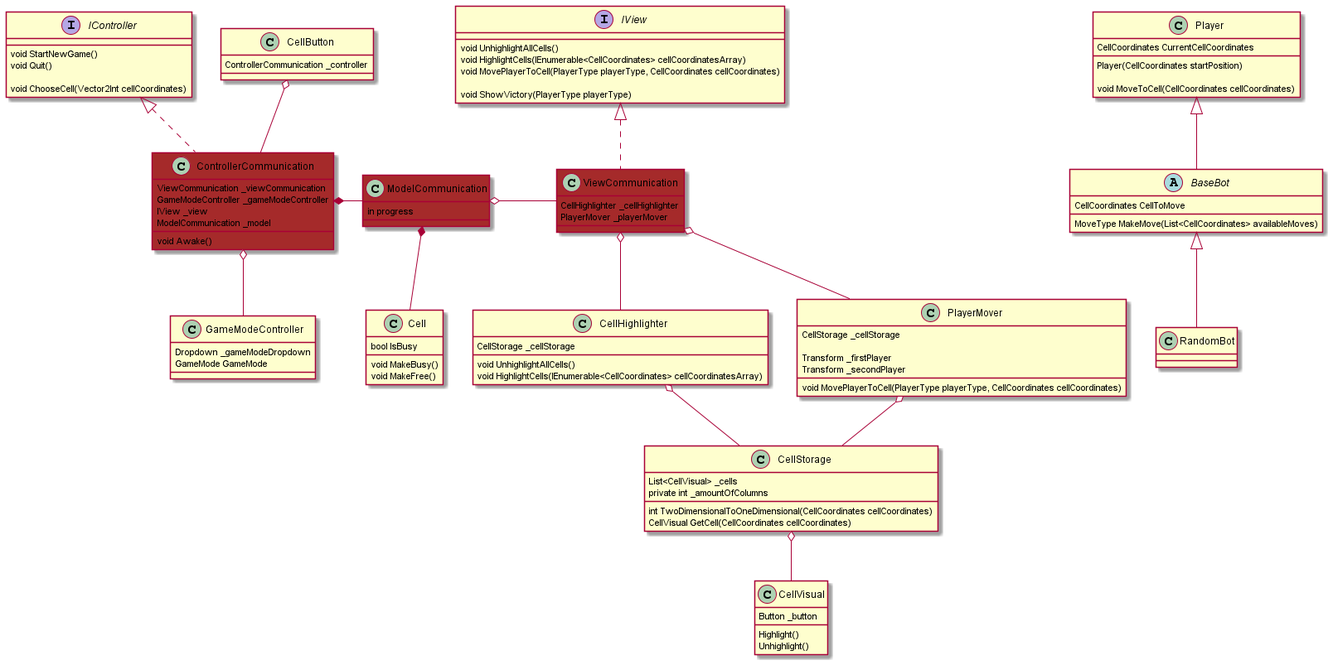
Above: Quoridor/Assets/Diagrams/diagram.png in snyk04/quoridor (PlantUML), before the change.
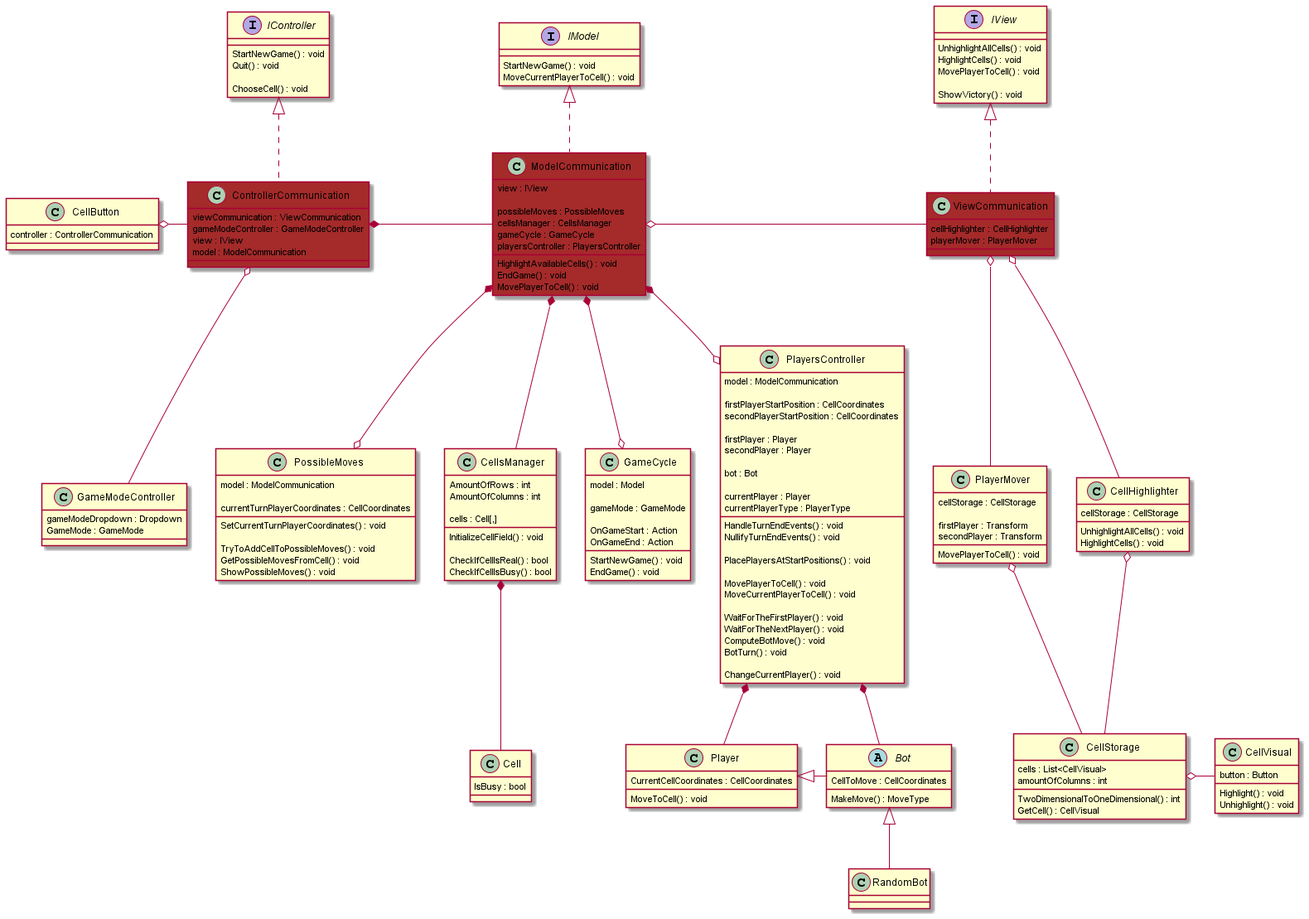
The same diagram one commit later.

Diff of the diagram source:
```diff
@@ -1,86 +1,178 @@
 @startuml
 
-class Player
+
+interface IController
+interface IView
+interface IModel
 {
-    CellCoordinates CurrentCellCoordinates
-    Player(CellCoordinates startPosition)
+    StartNewGame() : void
+    MoveCurrentPlayerToCell() : void
+}
 
-    void MoveToCell(CellCoordinates cellCoordinates)
-}
-abstract class BaseBot
-{
-    CellCoordinates CellToMove
-    MoveType MakeMove(List<CellCoordinates> availableMoves)
-}
-class RandomBot
-
-Player <|-- BaseBot
-BaseBot <|-- RandomBot
-
-
+class ControllerCommunication
+class ViewCommunication
 class ModelCommunication #brown
 {
-    in progress
+    view : IView
+
+    possibleMoves : PossibleMoves
+    cellsManager : CellsManager
+    gameCycle : GameCycle
+    playersController : PlayersController
+
+    HighlightAvailableCells() : void
+    EndGame() : void
+    MovePlayerToCell() : void
 }
 
 class Cell
 {
-    bool IsBusy
+    IsBusy : bool
+}
+class CellsManager
+{
+    AmountOfRows : int
+    AmountOfColumns : int
 
-    void MakeBusy()
-    void MakeFree()
+    cells : Cell[,]
+
+    InitializeCellField() : void
+
+    CheckIfCellIsReal() : bool
+    CheckIfCellIsBusy() : bool
 }
+class GameCycle
+{
+    model : Model
+
+    gameMode : GameMode
+
+    OnGameStart : Action
+    OnGameEnd : Action
+
+    StartNewGame() : void
+    EndGame() : void
+}
+class PlayersController
+{
+    model : ModelCommunication
+
+    firstPlayerStartPosition : CellCoordinates
+    secondPlayerStartPosition : CellCoordinates
+
+    firstPlayer : Player
+    secondPlayer : Player
+
+    bot : Bot
+
+    currentPlayer : Player
+    currentPlayerType : PlayerType
+
+    HandleTurnEndEvents() : void
+    NullifyTurnEndEvents() : void
+
+    PlacePlayersAtStartPositions() : void
+
+    MovePlayerToCell() : void
+    MoveCurrentPlayerToCell() : void
+
+    WaitForTheFirstPlayer() : void
+    WaitForTheNextPlayer() : void
+
+    ComputeBotMove() : void
+    BotTurn() : void
+
+    ChangeCurrentPlayer() : void
+}
+class PossibleMoves
+{
+    model : ModelCommunication
+
+    currentTurnPlayerCoordinates : CellCoordinates
+
+    SetCurrentTurnPlayerCoordinates() : void
+
+    TryToAddCellToPossibleMoves() : void
+    GetPossibleMovesFromCell() : void
+    ShowPossibleMoves() : void
+}
+
+class Player
+{
+    CurrentCellCoordinates : CellCoordinates
+
+    MoveToCell() : void
+}
+abstract class Bot
+{
+    CellToMove : CellCoordinates
+
+    MakeMove() : MoveType
+}
+class RandomBot
+
+IModel <|.. ModelCommunication
 
 ModelCommunication o- ViewCommunication
 
-ModelCommunication *-- Cell
+ModelCommunication *--o PossibleMoves
+ModelCommunication *-- CellsManager
+ModelCommunication *--o GameCycle
+ModelCommunication *--o PlayersController
+
+CellsManager *-- Cell
+
+PlayersController *-- Player
+PlayersController *-- Bot
+Player <|- Bot
+Bot <|-- RandomBot
 
 
 interface IView
 {
-    void UnhighlightAllCells()
-    void HighlightCells(IEnumerable<CellCoordinates> cellCoordinatesArray)
-    void MovePlayerToCell(PlayerType playerType, CellCoordinates cellCoordinates)
+    UnhighlightAllCells() : void
+    HighlightCells() : void
+    MovePlayerToCell() : void
 
-    void ShowVictory(PlayerType playerType)
+    ShowVictory() : void
 }
 
 class ViewCommunication #brown
 {
-    CellHighlighter _cellHighlighter
-    PlayerMover _playerMover
+    cellHighlighter : CellHighlighter
+    playerMover : PlayerMover
 }
 
 class CellHighlighter
 {
-    CellStorage _cellStorage
+    cellStorage : CellStorage
 
-    void UnhighlightAllCells()
-    void HighlightCells(IEnumerable<CellCoordinates> cellCoordinatesArray)
+    UnhighlightAllCells() : void
+    HighlightCells() : void
 }
 class CellStorage
 {
-   List<CellVisual> _cells
-   private int _amountOfColumns
+   cells : List<CellVisual>
+   amountOfColumns : int
 
-   int TwoDimensionalToOneDimensional(CellCoordinates cellCoordinates)
-   CellVisual GetCell(CellCoordinates cellCoordinates)
+   TwoDimensionalToOneDimensional() : int
+   GetCell() : CellVisual
 }
 class CellVisual
 {
-    Button _button
+    button : Button
 
-    Highlight()
-    Unhighlight()
+    Highlight() : void
+    Unhighlight() : void
 }
 class PlayerMover
 {
-    CellStorage _cellStorage
+    cellStorage : CellStorage
 
-    Transform _firstPlayer
-    Transform _secondPlayer
+    firstPlayer : Transform
+    secondPlayer : Transform
 
-    void MovePlayerToCell(PlayerType playerType, CellCoordinates cellCoordinates)
+    MovePlayerToCell() : void
 }
 
 IView <|..  ViewCommunication
@@ -89,34 +181,33 @@
 ViewCommunication o-- PlayerMover
 CellHighlighter o-- CellStorage
 PlayerMover o-- CellStorage
-CellStorage o-- CellVisual
+CellStorage o- CellVisual
 
 
 interface IController
 {
-    void StartNewGame()
-    void Quit()
+    StartNewGame() : void
+    Quit() : void
 
-    void ChooseCell(Vector2Int cellCoordinates)
+    ChooseCell() : void
 }
 
 class ControllerCommunication #brown
 {
-    ViewCommunication _viewCommunication
-    GameModeController _gameModeController
-    IView _view
-    ModelCommunication _model
-    void Awake()
+    viewCommunication : ViewCommunication
+    gameModeController : GameModeController
+    view : IView
+    model : ModelCommunication
 }
 
 class GameModeController
 {
-    Dropdown _gameModeDropdown
-    GameMode GameMode
+    gameModeDropdown : Dropdown
+    GameMode : GameMode
 }
 class CellButton
 {
-    ControllerCommunication _controller
+    controller : ControllerCommunication
 }
 
 IController <|.. ControllerCommunication
@@ -124,6 +215,6 @@
 ControllerCommunication *- ModelCommunication
 
 ControllerCommunication o-- GameModeController
-CellButton o-- ControllerCommunication
+CellButton o- ControllerCommunication
 
 @enduml
```
